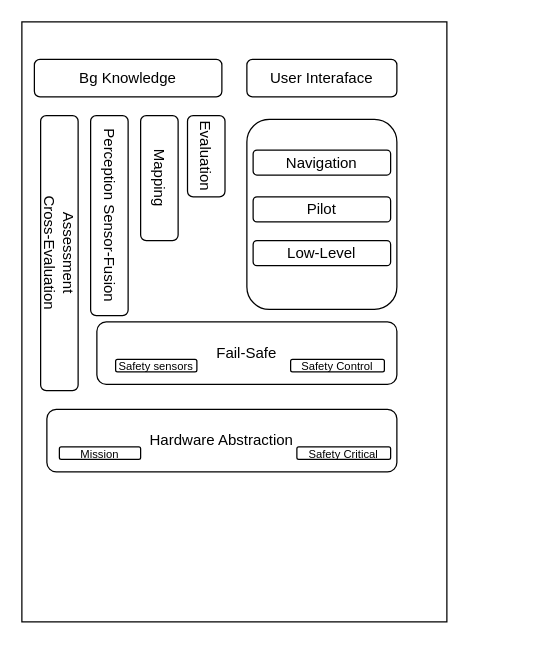
Earlier version of the draw.io diagram Untitled Diagram.drawio (YoElsheikh/c-). Source tidied: cells renumbered, new cells numbered last; positions are measured from the earlier drawing's top-left corner, leaving out a move shared by most shapes. Both pictures are drawn from the tidied source at 125%, with x=0, y=0 at pixel (-79, 21).
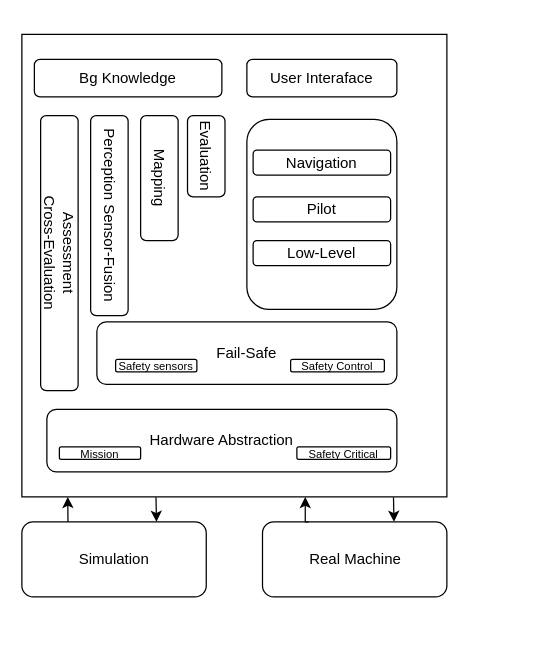
The same diagram, later.

Unchanged cells that the change refers to:
```xml
<mxCell id="2" style="group;" parent="1" vertex="1">
  <mxGeometry x="80" y="10" width="405" height="480" as="geometry" />
</mxCell>
```

What changed in the source:
```diff
@@
+    <mxCell id="21" style="edgeStyle=orthogonalEdgeStyle;rounded=0;orthogonalLoop=1;jettySize=auto;html=1;exitX=0.216;exitY=1.001;exitDx=0;exitDy=0;entryX=0.5;entryY=0;entryDx=0;entryDy=0;exitPerimeter=0;" parent="2" edge="1">
+      <mxGeometry relative="1" as="geometry">
+        <mxPoint x="107.3" y="370.4" as="sourcePoint" />
+        <mxPoint x="107.7" y="390" as="targetPoint" />
+      </mxGeometry>
+    </mxCell>
     <mxCell id="3" style="whiteSpace=wrap;html=1;" parent="2" vertex="1">
-      <mxGeometry y="-10" width="340" height="480" as="geometry" />
+      <mxGeometry width="340" height="370" as="geometry" />
     </mxCell>
@@
+    <mxCell id="22" style="edgeStyle=orthogonalEdgeStyle;rounded=0;jettySize=auto;html=1;exitX=0.25;exitY=0;exitDx=0;exitDy=0;" parent="2" edge="1" source="23">
+      <mxGeometry relative="1" as="geometry">
+        <mxPoint x="36.7" y="370" as="targetPoint" />
+      </mxGeometry>
+    </mxCell>
+    <mxCell id="23" value="Simulation" style="rounded=1;whiteSpace=wrap;html=1;" parent="2" vertex="1">
+      <mxGeometry y="390" width="147.5" height="60" as="geometry" />
+    </mxCell>
+    <mxCell id="24" value="Real Machine" style="rounded=1;whiteSpace=wrap;html=1;" parent="2" vertex="1">
+      <mxGeometry x="192.5" y="390" width="147.5" height="60" as="geometry" />
+    </mxCell>
+    <mxCell id="25" style="edgeStyle=orthogonalEdgeStyle;rounded=0;orthogonalLoop=1;jettySize=auto;html=1;exitX=0.216;exitY=1.001;exitDx=0;exitDy=0;entryX=0.5;entryY=0;entryDx=0;entryDy=0;exitPerimeter=0;" parent="1" edge="1">
+      <mxGeometry relative="1" as="geometry">
+        <mxPoint x="377.3" y="380.4" as="sourcePoint" />
+        <mxPoint x="377.7" y="400" as="targetPoint" />
+      </mxGeometry>
+    </mxCell>
+    <mxCell id="26" style="edgeStyle=orthogonalEdgeStyle;rounded=0;jettySize=auto;html=1;exitX=0.25;exitY=0;exitDx=0;exitDy=0;" parent="1" edge="1" source="24">
+      <mxGeometry relative="1" as="geometry">
+        <mxPoint x="306.7" y="380" as="targetPoint" />
+      </mxGeometry>
+    </mxCell>
```
